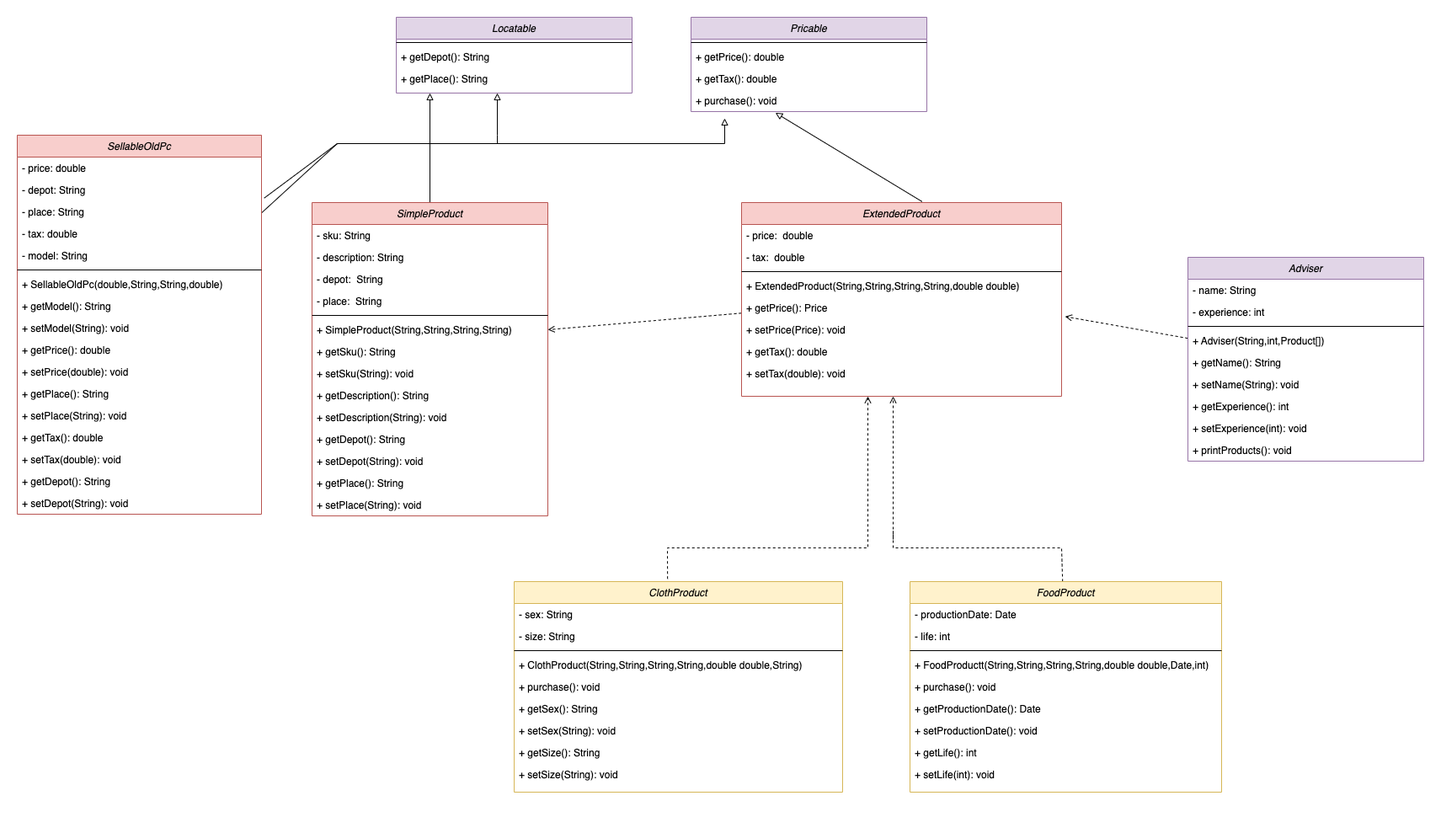
This is section 3/hw5/uml.png from UP-School-JD-1/Homework-KaderEren, a draw.io export, as it was before one commit. Source tidied: cells renumbered, new cells last; positions are measured from the earlier drawing's top-left corner, leaving out a move shared by most shapes.
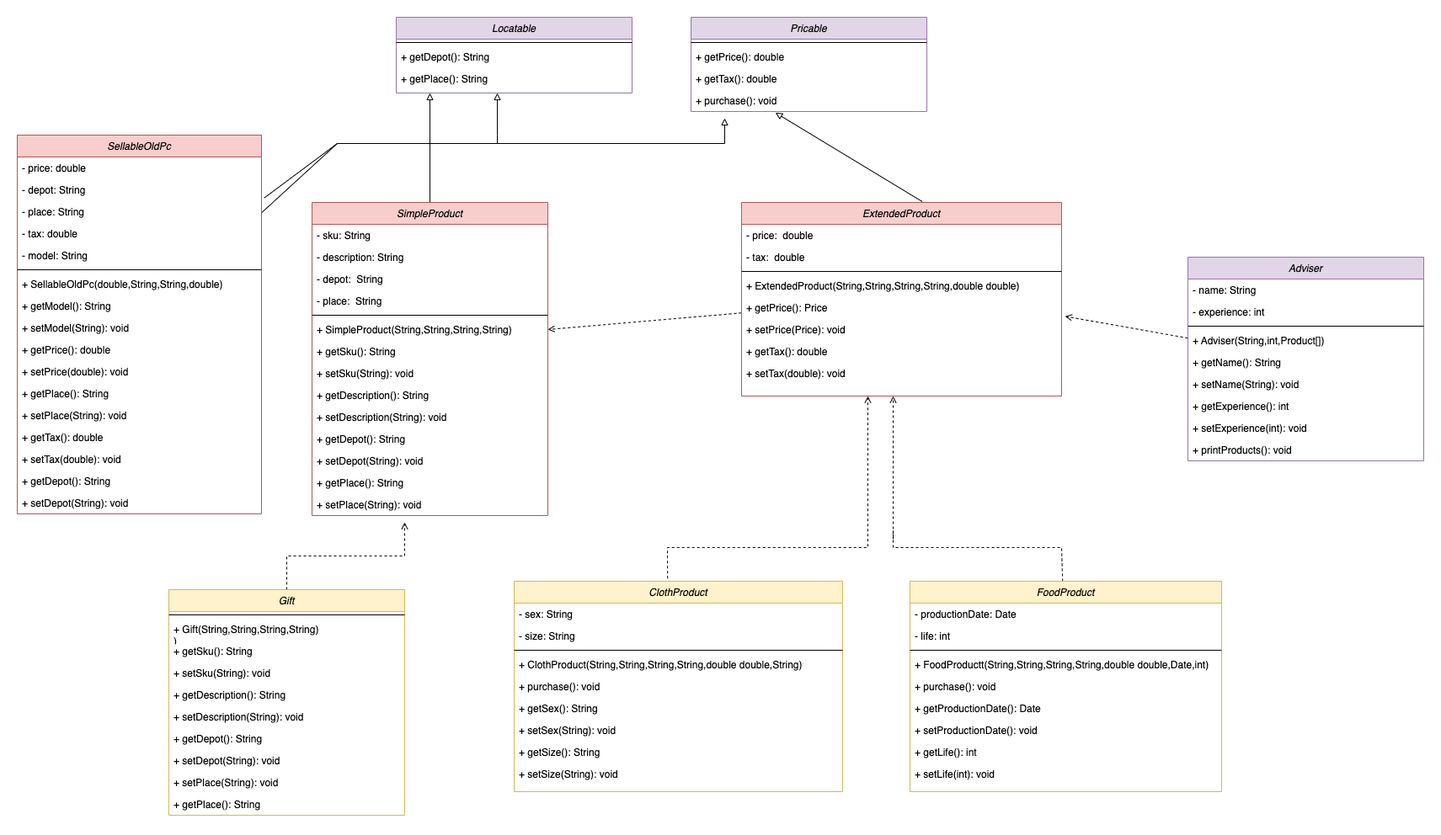
Above is the later version.

What changed in the source:
```diff
@@ -301,5 +301,43 @@
         </Array>
       </mxGeometry>
     </mxCell>
+    <mxCell id="92" style="edgeStyle=orthogonalEdgeStyle;rounded=0;jettySize=auto;html=1;endArrow=open;endFill=0;dashed=1;" parent="1" edge="1" source="93">
+      <mxGeometry relative="1" as="geometry">
+        <mxPoint x="460" y="600" as="targetPoint" />
+      </mxGeometry>
+    </mxCell>
+    <mxCell id="93" value="Gift" style="swimlane;fontStyle=2;align=center;verticalAlign=top;horizontal=1;startSize=26;rounded=0;shadow=0;strokeWidth=1;fillColor=#fff2cc;strokeColor=#d6b656;" parent="1" vertex="1">
+      <mxGeometry x="180" y="680" width="280" height="268" as="geometry" />
+    </mxCell>
+    <mxCell id="94" style="line;html=1;strokeWidth=1;align=left;verticalAlign=middle;spacingTop=-1;spacingLeft=3;spacingRight=3;labelPosition=right;" parent="93" vertex="1">
+      <mxGeometry y="26" width="280" height="8" as="geometry" />
+    </mxCell>
+    <mxCell id="95" value="+ Gift(String,String,String,String)&#10;)" style="text;align=left;verticalAlign=top;spacingLeft=4;spacingRight=4;overflow=hidden;" parent="93" vertex="1">
+      <mxGeometry y="34" width="280" height="26" as="geometry" />
+    </mxCell>
+    <mxCell id="96" value="+ getSku(): String" style="text;align=left;verticalAlign=top;spacingLeft=4;spacingRight=4;overflow=hidden;" parent="93" vertex="1">
+      <mxGeometry y="60" width="280" height="26" as="geometry" />
+    </mxCell>
+    <mxCell id="97" value="+ setSku(String): void" style="text;align=left;verticalAlign=top;spacingLeft=4;spacingRight=4;overflow=hidden;" parent="93" vertex="1">
+      <mxGeometry y="86" width="280" height="26" as="geometry" />
+    </mxCell>
+    <mxCell id="98" value="+ getDescription(): String" style="text;align=left;verticalAlign=top;spacingLeft=4;spacingRight=4;overflow=hidden;" parent="93" vertex="1">
+      <mxGeometry y="112" width="280" height="26" as="geometry" />
+    </mxCell>
+    <mxCell id="99" value="+ setDescription(String): void" style="text;align=left;verticalAlign=top;spacingLeft=4;spacingRight=4;overflow=hidden;" parent="93" vertex="1">
+      <mxGeometry y="138" width="280" height="26" as="geometry" />
+    </mxCell>
+    <mxCell id="100" value="+ getDepot(): String" style="text;align=left;verticalAlign=top;spacingLeft=4;spacingRight=4;overflow=hidden;" parent="93" vertex="1">
+      <mxGeometry y="164" width="280" height="26" as="geometry" />
+    </mxCell>
+    <mxCell id="101" value="+ setDepot(String): void" style="text;align=left;verticalAlign=top;spacingLeft=4;spacingRight=4;overflow=hidden;" parent="93" vertex="1">
+      <mxGeometry y="190" width="280" height="26" as="geometry" />
+    </mxCell>
+    <mxCell id="102" value="+ setPlace(String): void" style="text;align=left;verticalAlign=top;spacingLeft=4;spacingRight=4;overflow=hidden;" parent="93" vertex="1">
+      <mxGeometry y="216" width="280" height="26" as="geometry" />
+    </mxCell>
+    <mxCell id="103" value="+ getPlace(): String" style="text;align=left;verticalAlign=top;spacingLeft=4;spacingRight=4;overflow=hidden;" parent="93" vertex="1">
+      <mxGeometry y="242" width="280" height="26" as="geometry" />
+    </mxCell>
   </root>
 </mxGraphModel>
```
